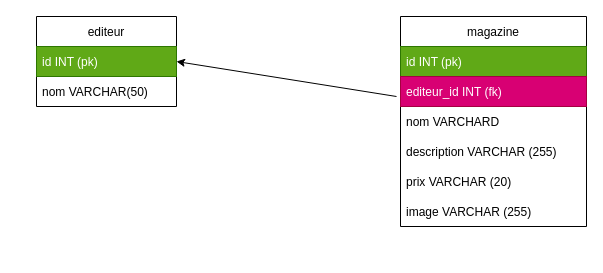
Earlier version of the draw.io diagram MCD_MLD.drawio (xavier02312/magazin). Source tidied: cells renumbered, new cells numbered last; positions are measured from the earlier drawing's top-left corner, leaving out a move shared by most shapes. Both pictures are drawn from the tidied source at 100%, with x=0, y=0 at pixel (36, 16).
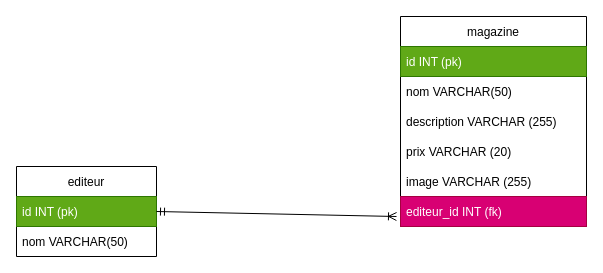
The same diagram, later.

The edit, as a diff of the source:
```diff
@@
 <mxGraphModel>
   <root>
     <mxCell id="0" />
     <mxCell id="1" parent="0" />
     <mxCell id="2" value="editeur" style="swimlane;fontStyle=0;horizontal=1;startSize=30;" parent="1" vertex="1">
-      <mxGeometry width="140" height="90" as="geometry" />
+      <mxGeometry x="-20" y="150" width="140" height="90" as="geometry" />
     </mxCell>
     <mxCell id="3" value="id INT (pk) " style="text;strokeColor=#2D7600;fillColor=#60a917;align=left;verticalAlign=middle;spacingLeft=4;spacingRight=4;overflow=hidden;fontColor=#ffffff;" parent="2" vertex="1">
       <mxGeometry y="30" width="140" height="30" as="geometry" />
     </mxCell>
     <mxCell id="4" value="nom VARCHAR(50)" style="text;strokeColor=none;fillColor=none;align=left;verticalAlign=middle;spacingLeft=4;spacingRight=4;overflow=hidden;" parent="2" vertex="1">
       <mxGeometry y="60" width="140" height="30" as="geometry" />
     </mxCell>
     <mxCell id="5" value="magazine" style="swimlane;fontStyle=0;horizontal=1;startSize=30;" parent="1" vertex="1">
       <mxGeometry x="364" width="186" height="210" as="geometry" />
     </mxCell>
     <mxCell id="6" value="id INT (pk)" style="text;strokeColor=#2D7600;fillColor=#60a917;align=left;verticalAlign=middle;spacingLeft=4;spacingRight=4;overflow=hidden;fontColor=#ffffff;" parent="5" vertex="1">
       <mxGeometry y="30" width="186" height="30" as="geometry" />
     </mxCell>
-    <mxCell id="7" value="editeur_id INT (fk)" style="text;strokeColor=#A50040;fillColor=#d80073;align=left;verticalAlign=middle;spacingLeft=4;spacingRight=4;overflow=hidden;fontColor=#ffffff;" parent="5" vertex="1">
-      <mxGeometry y="60" width="186" height="30" as="geometry" />
-    </mxCell>
-    <mxCell id="8" value="nom VARCHARD" style="text;strokeColor=none;fillColor=none;align=left;verticalAlign=middle;spacingLeft=4;spacingRight=4;overflow=hidden;" parent="5" vertex="1">
-      <mxGeometry y="90" width="186" height="30" as="geometry" />
+    <mxCell id="8" value="nom VARCHAR(50)" style="text;strokeColor=none;fillColor=none;align=left;verticalAlign=middle;spacingLeft=4;spacingRight=4;overflow=hidden;" parent="5" vertex="1">
+      <mxGeometry y="60" width="186" height="30" as="geometry" />
     </mxCell>
     <mxCell id="9" value="description VARCHAR (255)" style="text;strokeColor=none;fillColor=none;align=left;verticalAlign=middle;spacingLeft=4;spacingRight=4;overflow=hidden;" parent="5" vertex="1">
-      <mxGeometry y="120" width="186" height="30" as="geometry" />
+      <mxGeometry y="90" width="186" height="30" as="geometry" />
     </mxCell>
     <mxCell id="10" value="prix VARCHAR (20)" style="text;strokeColor=none;fillColor=none;align=left;verticalAlign=middle;spacingLeft=4;spacingRight=4;overflow=hidden;" parent="5" vertex="1">
-      <mxGeometry y="150" width="186" height="30" as="geometry" />
+      <mxGeometry y="120" width="186" height="30" as="geometry" />
     </mxCell>
     <mxCell id="11" value="image VARCHAR (255)" style="text;strokeColor=none;fillColor=none;align=left;verticalAlign=middle;spacingLeft=4;spacingRight=4;overflow=hidden;" parent="5" vertex="1">
-      <mxGeometry y="180" width="186" height="30" as="geometry" />
+      <mxGeometry y="150" width="186" height="30" as="geometry" />
     </mxCell>
+    <mxCell id="7" value="editeur_id INT (fk)" style="text;strokeColor=#A50040;fillColor=#d80073;align=left;verticalAlign=middle;spacingLeft=4;spacingRight=4;overflow=hidden;fontColor=#ffffff;" parent="5" vertex="1">
+      <mxGeometry y="180" width="186" height="30" as="geometry" />
+    </mxCell>
-    <mxCell id="12" style="edgeStyle=none;html=1;entryX=1;entryY=0.5;entryDx=0;entryDy=0;" parent="1" edge="1" target="2">
+    <mxCell id="12" style="edgeStyle=none;html=1;entryX=1;entryY=0.5;entryDx=0;entryDy=0;startArrow=ERoneToMany;startFill=0;endArrow=ERmandOne;endFill=0;" parent="1" edge="1" target="2">
       <mxGeometry relative="1" as="geometry">
-        <mxPoint x="360" y="80" as="sourcePoint" />
+        <mxPoint x="360" y="200" as="sourcePoint" />
       </mxGeometry>
     </mxCell>
   </root>
 </mxGraphModel>
```
